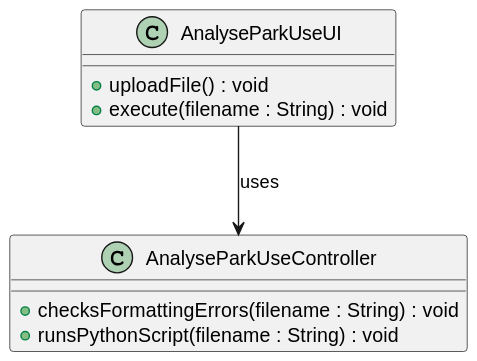
This is docs/sprintB/us011/03.design/svg/us011-class-diagram.svg from ricardomm7/leaflink, a PlantUML export, as it was before one commit. Source of this version:
```plantuml
@startuml
skinparam packageStyle rectangle
skinparam shadowing false
skinparam linetype polyline


class AnalyseParkUseUI {
    + uploadFile() : void
    + execute(filename : String) : void
}

class AnalyseParkUseController {
    + checksFormattingErrors(filename : String) : void
    + runsPythonScript(filename : String) : void
}

AnalyseParkUseUI --> AnalyseParkUseController : uses
@enduml
```
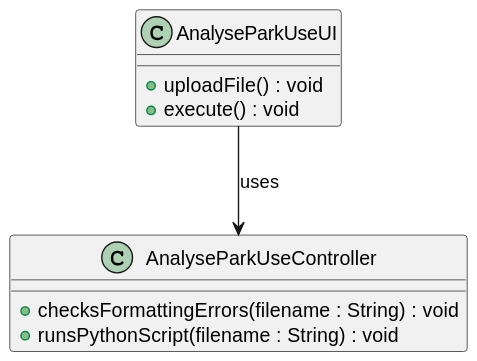
The same file after the commit.

The edit, as a diff of the source:
```diff
@@ -6,7 +6,7 @@
 
 class AnalyseParkUseUI {
     + uploadFile() : void
-    + execute(filename : String) : void
+    + execute() : void
 }
 
 class AnalyseParkUseController {
```
